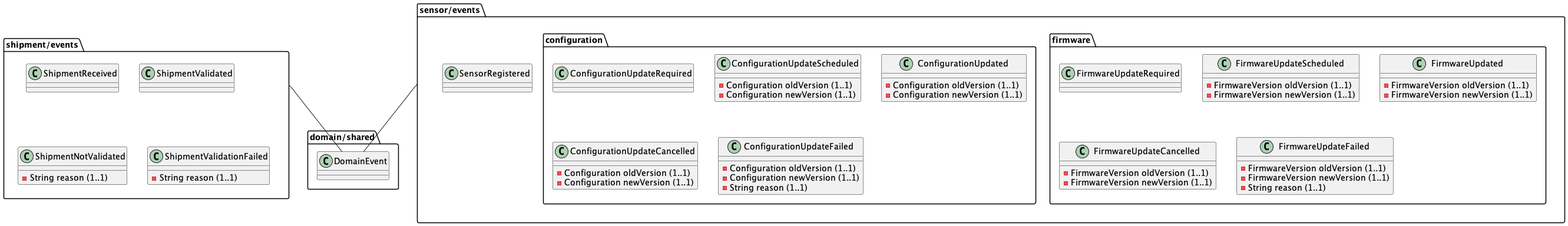
The PlantUML diagram docs/images/DomainEvents.png in AboutCodingBE/validation-excercise, before a commit.
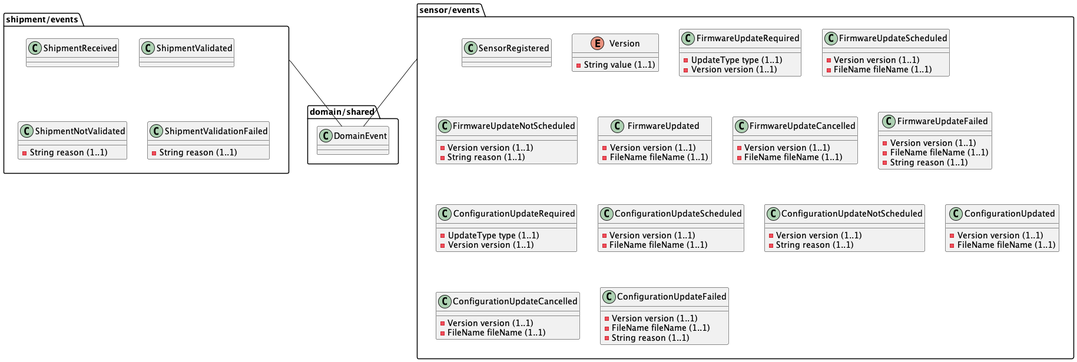
After the change.

Change to the diagram source:
```diff
@@ -18,61 +18,75 @@
   class ShipmentValidationFailed {
     -String reason (1..1)
   }
-
 }
 
 package sensor/events as see {
   class SensorRegistered {}
 
-  package firmware {
-      class FirmwareUpdateRequired
-
-      class FirmwareUpdateScheduled {
-        -FirmwareVersion oldVersion (1..1)
-        -FirmwareVersion newVersion (1..1)
-      }
-
-      class FirmwareUpdated {
-        -FirmwareVersion oldVersion (1..1)
-        -FirmwareVersion newVersion (1..1)
-      }
-
-      class FirmwareUpdateCancelled {
-        -FirmwareVersion oldVersion (1..1)
-        -FirmwareVersion newVersion (1..1)
-      }
-
-      class FirmwareUpdateFailed {
-        -FirmwareVersion oldVersion (1..1)
-        -FirmwareVersion newVersion (1..1)
-        -String reason (1..1)
-      }
+  enum Version {
+    -String value (1..1)
   }
 
-  package configuration {
+  class FirmwareUpdateRequired {
+    -UpdateType type (1..1)
+    -Version version (1..1)
+  }
 
-    class ConfigurationUpdateRequired
+  class FirmwareUpdateScheduled {
+    -Version version (1..1)
+    -FileName fileName (1..1)
+  }
 
-    class ConfigurationUpdateScheduled {
-      -Configuration oldVersion (1..1)
-      -Configuration newVersion (1..1)
+  class FirmwareUpdateNotScheduled {
+      -Version version (1..1)
+      -String reason (1..1)
     }
 
-    class ConfigurationUpdated {
-      -Configuration oldVersion (1..1)
-      -Configuration newVersion (1..1)
-    }
+  class FirmwareUpdated {
+    -Version version (1..1)
+    -FileName fileName (1..1)
+  }
 
-    class ConfigurationUpdateCancelled {
-      -Configuration oldVersion (1..1)
-      -Configuration newVersion (1..1)
-    }
+  class FirmwareUpdateCancelled {
+    -Version version (1..1)
+    -FileName fileName (1..1)
+  }
 
-    class ConfigurationUpdateFailed {
-      -Configuration oldVersion (1..1)
-      -Configuration newVersion (1..1)
-      -String reason (1..1)
-    }
+  class FirmwareUpdateFailed {
+    -Version version (1..1)
+    -FileName fileName (1..1)
+    -String reason (1..1)
+  }
+
+  class ConfigurationUpdateRequired {
+    -UpdateType type (1..1)
+    -Version version (1..1)
+  }
+
+  class ConfigurationUpdateScheduled {
+    -Version version (1..1)
+    -FileName fileName (1..1)
+  }
+
+  class ConfigurationUpdateNotScheduled {
+    -Version version (1..1)
+    -String reason (1..1)
+  }
+
+  class ConfigurationUpdated {
+    -Version version (1..1)
+    -FileName fileName (1..1)
+  }
+
+  class ConfigurationUpdateCancelled {
+    -Version version (1..1)
+    -FileName fileName (1..1)
+  }
+
+  class ConfigurationUpdateFailed {
+    -Version version (1..1)
+    -FileName fileName (1..1)
+    -String reason (1..1)
   }
 }
 
```
